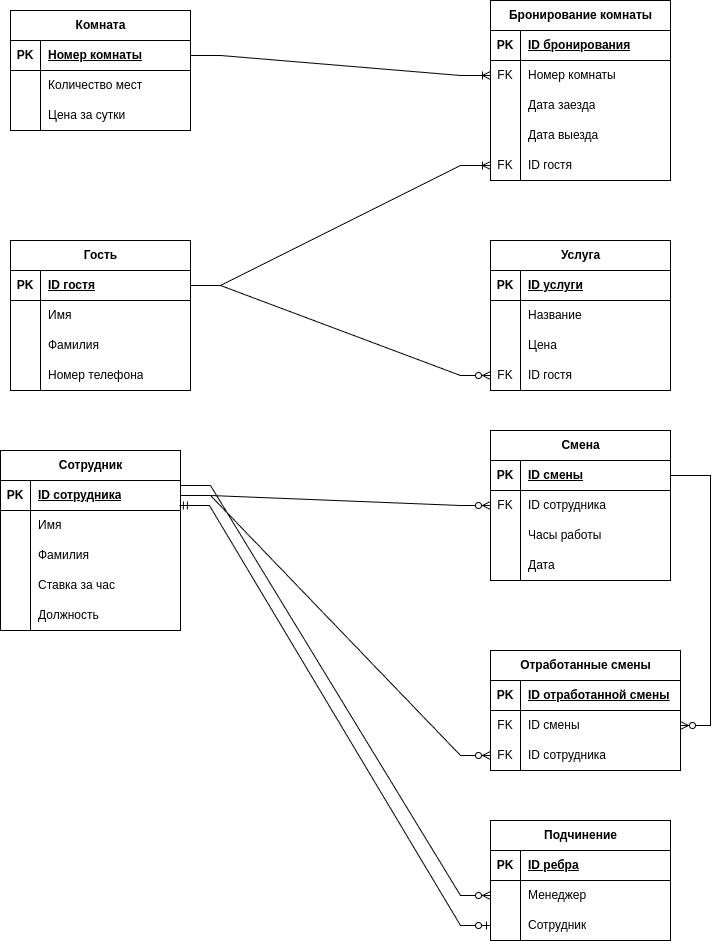
Earlier version of the draw.io export project/ER.drawio.png (arinazzz/DBMS). Source tidied: cells renumbered, new cells last; positions are measured from the earlier drawing's top-left corner, leaving out a move shared by most shapes.
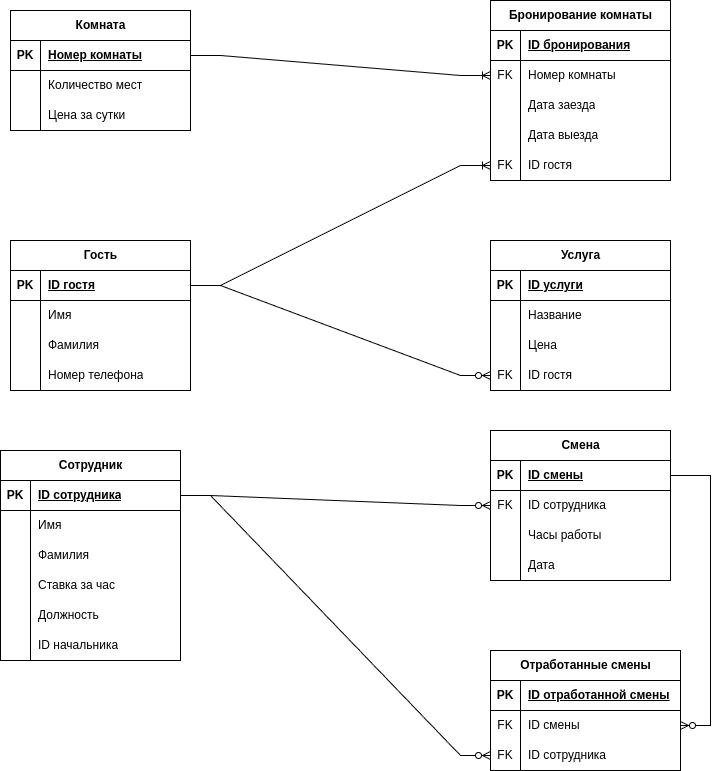
The same diagram one commit later.

The edit, as a diff of the source:
```diff
@@ -84,7 +84,7 @@
       <mxGeometry relative="1" as="geometry" />
     </mxCell>
     <mxCell id="29" value="Сотрудник" style="shape=table;startSize=30;rowLines=0;fontStyle=1;align=center;html=1;" parent="1" vertex="1">
-      <mxGeometry y="450" width="180" height="180" as="geometry" />
+      <mxGeometry y="450" width="180" height="210" as="geometry" />
     </mxCell>
     <mxCell id="30" style="shape=tableRow;horizontal=0;startSize=0;swimlaneHead=0;swimlaneBody=0;fillColor=none;points=[[0,0.5],[1,0.5]];portConstraint=eastwest;top=0;left=0;right=0;bottom=1;" parent="29" vertex="1">
       <mxGeometry y="30" width="180" height="30" as="geometry" />
@@ -131,6 +131,15 @@
     <mxCell id="44" value="Должность" style="shape=partialRectangle;fillColor=none;top=0;left=0;bottom=0;right=0;align=left;spacingLeft=6;overflow=hidden;whiteSpace=wrap;html=1;" parent="42" vertex="1">
       <mxGeometry x="30" width="150" height="30" as="geometry" />
     </mxCell>
+    <mxCell id="111" style="shape=tableRow;horizontal=0;startSize=0;swimlaneHead=0;swimlaneBody=0;fillColor=none;top=0;left=0;right=0;bottom=0;" parent="29" vertex="1">
+      <mxGeometry y="180" width="180" height="30" as="geometry" />
+    </mxCell>
+    <mxCell id="112" style="shape=partialRectangle;fillColor=none;top=0;left=0;bottom=0;right=0;overflow=hidden;whiteSpace=wrap;html=1;" parent="111" vertex="1">
+      <mxGeometry width="30" height="30" as="geometry" />
+    </mxCell>
+    <mxCell id="113" value="ID начальника" style="shape=partialRectangle;fillColor=none;top=0;left=0;bottom=0;right=0;align=left;spacingLeft=6;overflow=hidden;whiteSpace=wrap;html=1;" parent="111" vertex="1">
+      <mxGeometry x="30" width="150" height="30" as="geometry" />
+    </mxCell>
     <mxCell id="45" value="Смена" style="shape=table;startSize=30;rowLines=0;fontStyle=1;align=center;html=1;" parent="1" vertex="1">
       <mxGeometry x="490" y="430" width="180" height="150" as="geometry" />
     </mxCell>
@@ -293,47 +302,5 @@
     <mxCell id="98" style="edgeStyle=entityRelationEdgeStyle;fontSize=12;html=1;endArrow=ERzeroToMany;endFill=1;rounded=0;exitX=1;exitY=0.5;exitDx=0;exitDy=0;" parent="1" edge="1" source="46" target="91">
       <mxGeometry relative="1" as="geometry" />
     </mxCell>
-    <mxCell id="99" style="edgeStyle=entityRelationEdgeStyle;fontSize=12;html=1;endArrow=ERzeroToOne;startArrow=ERmandOne;rounded=0;exitX=0.994;exitY=0.833;exitDx=0;exitDy=0;exitPerimeter=0;entryX=0;entryY=0.5;entryDx=0;entryDy=0;" parent="1" edge="1" source="30" target="108">
-      <mxGeometry relative="1" as="geometry">
-        <Array as="points">
-          <mxPoint x="210" y="570" />
-          <mxPoint x="210" y="570" />
-          <mxPoint x="240" y="650" />
-        </Array>
-      </mxGeometry>
-    </mxCell>
-    <mxCell id="100" style="edgeStyle=entityRelationEdgeStyle;fontSize=12;html=1;endArrow=ERzeroToMany;endFill=1;rounded=0;exitX=1;exitY=0.167;exitDx=0;exitDy=0;exitPerimeter=0;entryX=0;entryY=0.5;entryDx=0;entryDy=0;" parent="1" edge="1" source="30" target="105">
-      <mxGeometry relative="1" as="geometry" />
-    </mxCell>
-    <mxCell id="101" value="Подчинение" style="shape=table;startSize=30;rowLines=0;fontStyle=1;align=center;html=1;" parent="1" vertex="1">
-      <mxGeometry x="490" y="820" width="180" height="120" as="geometry" />
-    </mxCell>
-    <mxCell id="102" style="shape=tableRow;horizontal=0;startSize=0;swimlaneHead=0;swimlaneBody=0;fillColor=none;top=0;left=0;right=0;bottom=1;" parent="101" vertex="1">
-      <mxGeometry y="30" width="180" height="30" as="geometry" />
-    </mxCell>
-    <mxCell id="103" value="PK" style="shape=partialRectangle;fillColor=none;top=0;left=0;bottom=0;right=0;fontStyle=1;overflow=hidden;whiteSpace=wrap;html=1;" parent="102" vertex="1">
-      <mxGeometry width="30" height="30" as="geometry" />
-    </mxCell>
-    <mxCell id="104" value="ID ребра" style="shape=partialRectangle;fillColor=none;top=0;left=0;bottom=0;right=0;align=left;spacingLeft=6;fontStyle=5;overflow=hidden;whiteSpace=wrap;html=1;" parent="102" vertex="1">
-      <mxGeometry x="30" width="150" height="30" as="geometry" />
-    </mxCell>
-    <mxCell id="105" style="shape=tableRow;horizontal=0;startSize=0;swimlaneHead=0;swimlaneBody=0;fillColor=none;points=[[0,0.5],[1,0.5]];portConstraint=eastwest;top=0;left=0;right=0;bottom=0;" parent="101" vertex="1">
-      <mxGeometry y="60" width="180" height="30" as="geometry" />
-    </mxCell>
-    <mxCell id="106" style="shape=partialRectangle;fillColor=none;top=0;left=0;bottom=0;right=0;overflow=hidden;whiteSpace=wrap;html=1;" parent="105" vertex="1">
-      <mxGeometry width="30" height="30" as="geometry" />
-    </mxCell>
-    <mxCell id="107" value="Менеджер" style="shape=partialRectangle;fillColor=none;top=0;left=0;bottom=0;right=0;align=left;spacingLeft=6;overflow=hidden;whiteSpace=wrap;html=1;" parent="105" vertex="1">
-      <mxGeometry x="30" width="150" height="30" as="geometry" />
-    </mxCell>
-    <mxCell id="108" style="shape=tableRow;horizontal=0;startSize=0;swimlaneHead=0;swimlaneBody=0;fillColor=none;points=[[0,0.5],[1,0.5]];portConstraint=eastwest;top=0;left=0;right=0;bottom=0;" parent="101" vertex="1">
-      <mxGeometry y="90" width="180" height="30" as="geometry" />
-    </mxCell>
-    <mxCell id="109" style="shape=partialRectangle;fillColor=none;top=0;left=0;bottom=0;right=0;overflow=hidden;whiteSpace=wrap;html=1;" parent="108" vertex="1">
-      <mxGeometry width="30" height="30" as="geometry" />
-    </mxCell>
-    <mxCell id="110" value="Сотрудник" style="shape=partialRectangle;fillColor=none;top=0;left=0;bottom=0;right=0;align=left;spacingLeft=6;overflow=hidden;whiteSpace=wrap;html=1;" parent="108" vertex="1">
-      <mxGeometry x="30" width="150" height="30" as="geometry" />
-    </mxCell>
   </root>
 </mxGraphModel>
```
